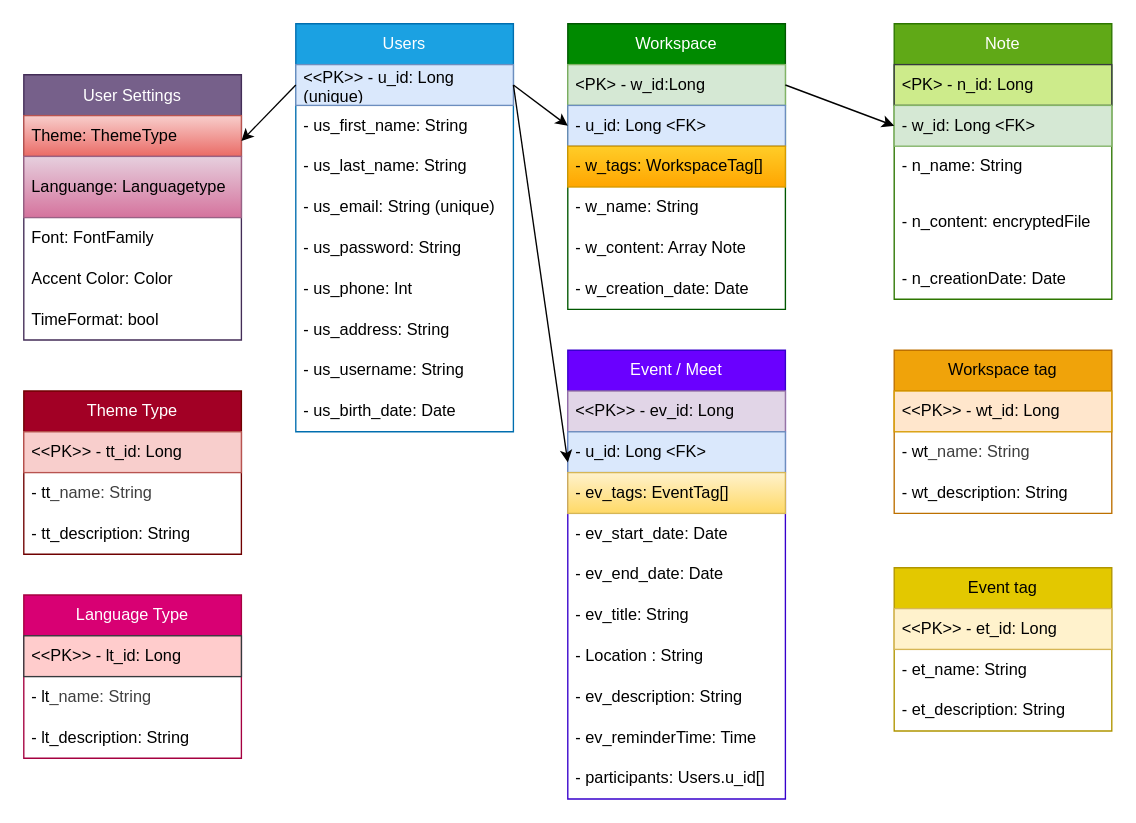
Earlier version of the draw.io diagram page "DB" (2 of 3) of Scribbl.drawio (j12Ch05/Scribbl). Source tidied: cells renumbered, new cells numbered last; positions are measured from the earlier drawing's top-left corner, leaving out a move shared by most shapes. Both pictures are drawn from the tidied source at 136%, with x=0, y=0 at pixel (23, 23).
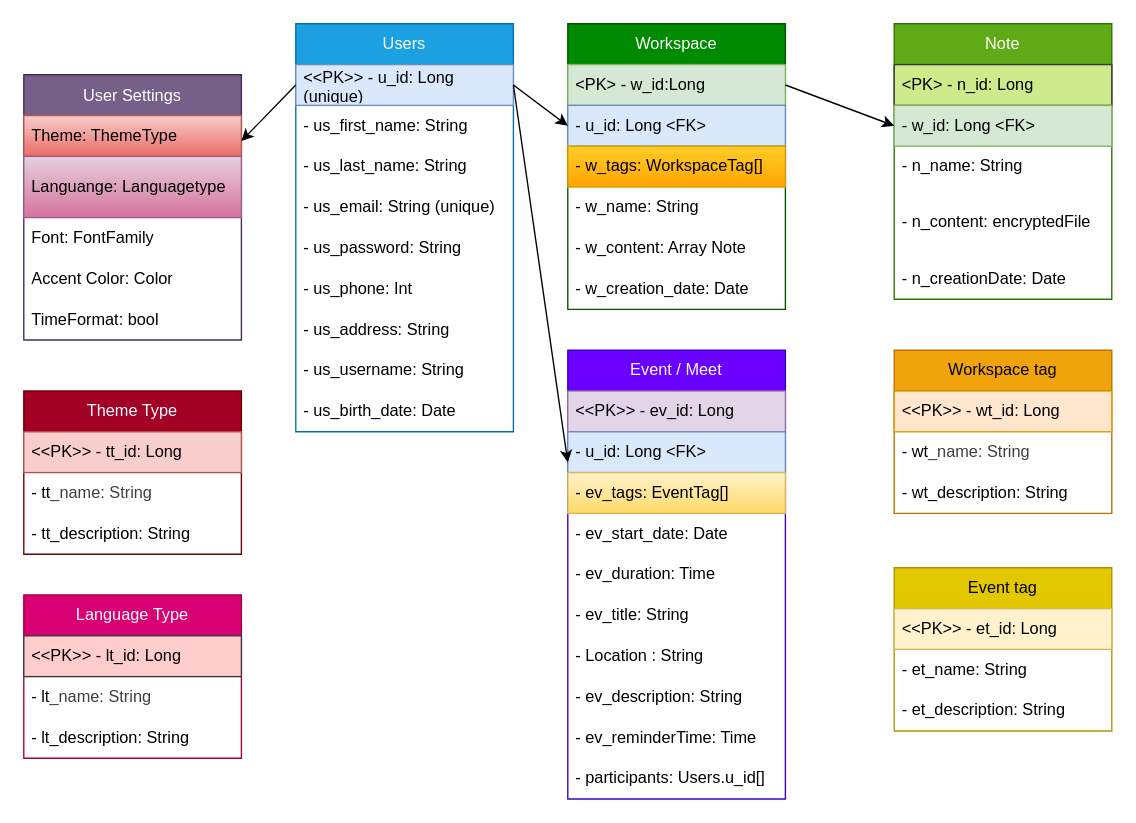
Above is the later version.

Commit message:
-Added A diagram Detailed Website FLow - Additional Added Representation of the Currently Believed to be Minimal Functionality of Each Page

Unchanged cells that the change refers to:
```xml
<mxCell id="16" value="Event / Meet" style="swimlane;fontStyle=0;horizontal=1;startSize=30;whiteSpace=wrap;html=1;fillColor=#6a00ff;fontColor=#ffffff;strokeColor=#3700CC;" parent="1" vertex="1">
  <mxGeometry x="400" y="240" width="160" height="330" as="geometry" />
</mxCell>
```

Diff of the diagram source:
```diff
@@
-    <mxCell id="21" value="- ev_end_date: Date" style="text;strokeColor=none;fillColor=none;align=left;verticalAlign=middle;spacingLeft=4;spacingRight=4;overflow=hidden;whiteSpace=wrap;html=1;" parent="16" vertex="1">
+    <mxCell id="21" value="- ev_duration: Time" style="text;strokeColor=none;fillColor=none;align=left;verticalAlign=middle;spacingLeft=4;spacingRight=4;overflow=hidden;whiteSpace=wrap;html=1;" parent="16" vertex="1">
       <mxGeometry y="150" width="160" height="30" as="geometry" />
     </mxCell>
```
